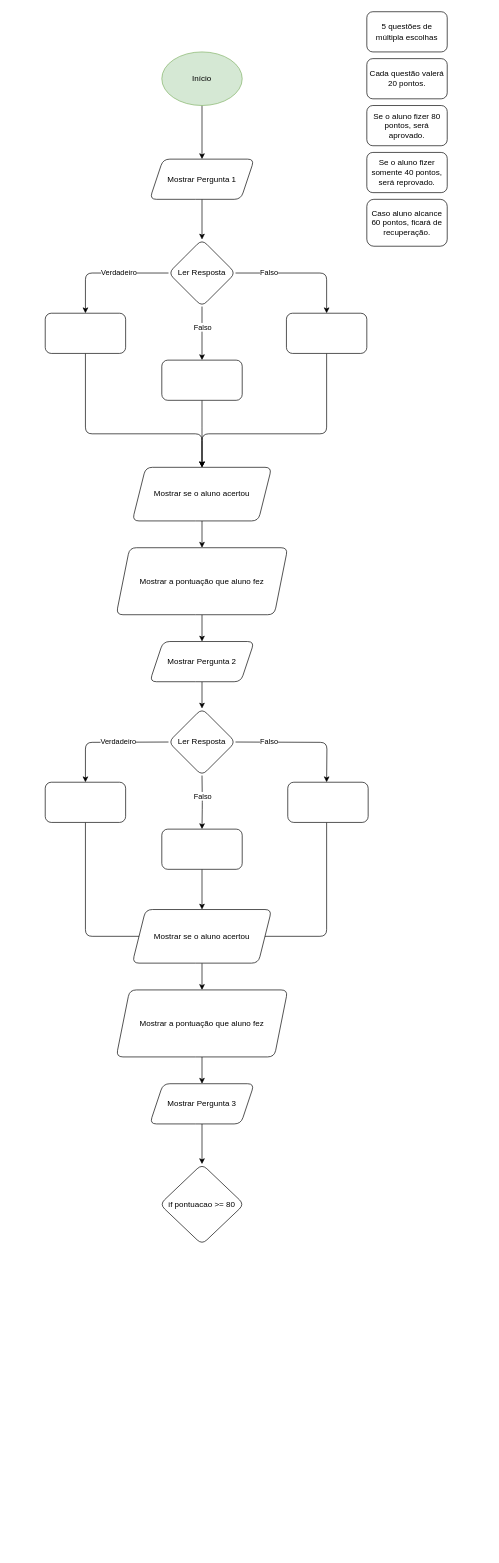
Above: Fluxograma-Quiz-Python.drawio in ferlimatos/ABPJ2-Jogo_Logico (draw.io), before the change. Source tidied: cells renumbered, new cells numbered last; positions are measured from the earlier drawing's top-left corner, leaving out a move shared by most shapes. Both pictures are drawn from the tidied source at 67%, with x=0, y=0 at pixel (45, 11).
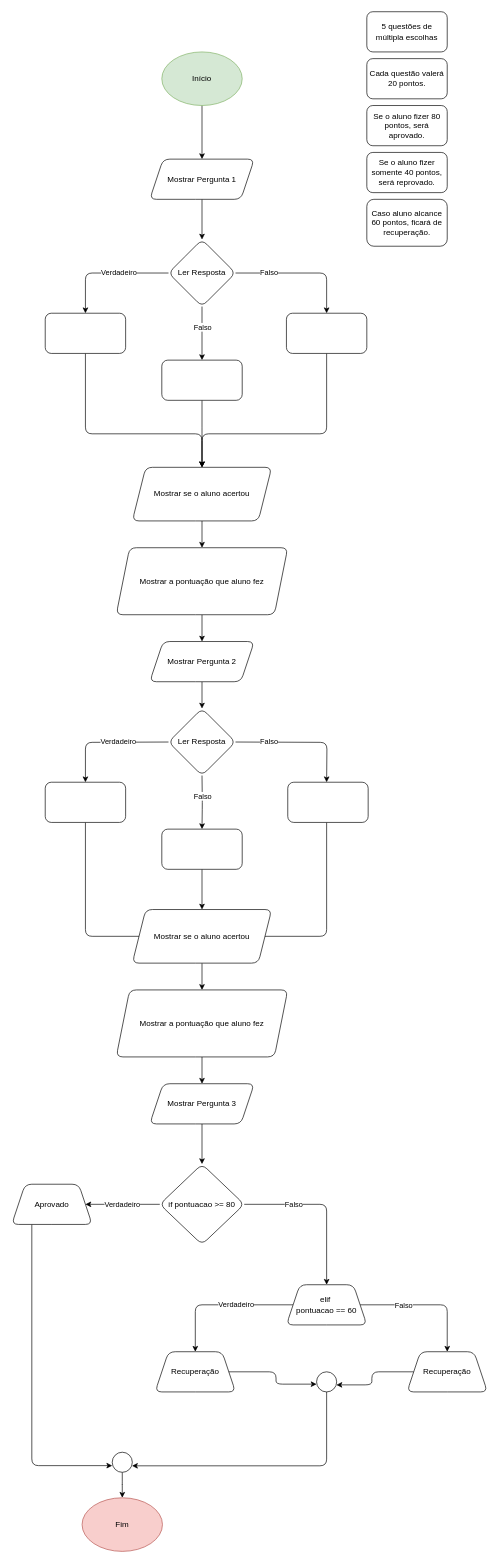
After the change.

The change refers to these unchanged cells:
```xml
<mxCell id="49" value="if pontuacao &amp;gt;= 80" style="rhombus;whiteSpace=wrap;html=1;rounded=1;" parent="1" vertex="1">
  <mxGeometry x="171" y="1720" width="126" height="120" as="geometry" />
</mxCell>
```

What changed in the source:
```diff
@@
+    <mxCell id="50" style="edgeStyle=orthogonalEdgeStyle;rounded=1;jettySize=auto;html=1;" parent="1" edge="1" source="49" target="55">
+      <mxGeometry relative="1" as="geometry" />
+    </mxCell>
+    <mxCell id="51" value="Verdadeiro" style="edgeLabel;html=1;align=center;verticalAlign=middle;rounded=1;" parent="50" vertex="1">
+      <mxGeometry x="0.03" y="-1" relative="1" as="geometry" />
+    </mxCell>
+    <mxCell id="52" style="edgeStyle=orthogonalEdgeStyle;rounded=1;jettySize=auto;html=1;" parent="1" edge="1" source="49" target="60">
+      <mxGeometry relative="1" as="geometry" />
+    </mxCell>
+    <mxCell id="53" value="Falso" style="edgeLabel;html=1;align=center;verticalAlign=middle;rounded=1;" parent="52" vertex="1">
+      <mxGeometry x="-0.12" y="2" relative="1" as="geometry">
+        <mxPoint x="-34" y="2" as="offset" />
+      </mxGeometry>
+    </mxCell>
@@
+    <mxCell id="54" style="edgeStyle=orthogonalEdgeStyle;rounded=1;jettySize=auto;html=1;entryX=0;entryY=0.667;entryDx=0;entryDy=0;entryPerimeter=0;" parent="1" edge="1" source="55" target="67">
+      <mxGeometry relative="1" as="geometry">
+        <Array as="points">
+          <mxPoint x="-20" y="2170" />
+        </Array>
+      </mxGeometry>
+    </mxCell>
+    <mxCell id="55" value="Aprovado" style="shape=trapezoid;perimeter=trapezoidPerimeter;whiteSpace=wrap;html=1;fixedSize=1;rounded=1;" parent="1" vertex="1">
+      <mxGeometry x="-50" y="1750" width="120" height="60" as="geometry" />
+    </mxCell>
+    <mxCell id="56" style="edgeStyle=orthogonalEdgeStyle;rounded=1;jettySize=auto;html=1;" parent="1" edge="1" source="60" target="61">
+      <mxGeometry relative="1" as="geometry" />
+    </mxCell>
+    <mxCell id="57" value="Verdadeiro" style="edgeLabel;html=1;align=center;verticalAlign=middle;rounded=1;" parent="56" vertex="1">
+      <mxGeometry x="-0.13" y="-2" relative="1" as="geometry">
+        <mxPoint x="8" as="offset" />
+      </mxGeometry>
+    </mxCell>
+    <mxCell id="58" style="edgeStyle=orthogonalEdgeStyle;rounded=1;jettySize=auto;html=1;" parent="1" edge="1" source="60" target="63">
+      <mxGeometry relative="1" as="geometry" />
+    </mxCell>
+    <mxCell id="59" value="Falso" style="edgeLabel;html=1;align=center;verticalAlign=middle;rounded=1;" parent="58" vertex="1">
+      <mxGeometry x="-0.36" relative="1" as="geometry" />
+    </mxCell>
+    <mxCell id="60" value="elif&amp;nbsp;&lt;div&gt;pontuacao == 60&lt;/div&gt;" style="shape=trapezoid;perimeter=trapezoidPerimeter;whiteSpace=wrap;html=1;fixedSize=1;rounded=1;" parent="1" vertex="1">
+      <mxGeometry x="360" y="1900" width="120" height="60" as="geometry" />
+    </mxCell>
+    <mxCell id="61" value="Recuperação" style="shape=trapezoid;perimeter=trapezoidPerimeter;whiteSpace=wrap;html=1;fixedSize=1;rounded=1;" parent="1" vertex="1">
+      <mxGeometry x="164" y="2000" width="120" height="60" as="geometry" />
+    </mxCell>
+    <mxCell id="62" style="edgeStyle=orthogonalEdgeStyle;rounded=1;jettySize=auto;html=1;entryX=0.988;entryY=0.65;entryDx=0;entryDy=0;entryPerimeter=0;" parent="1" edge="1" source="63" target="64">
+      <mxGeometry relative="1" as="geometry" />
+    </mxCell>
+    <mxCell id="63" value="Recuperação" style="shape=trapezoid;perimeter=trapezoidPerimeter;whiteSpace=wrap;html=1;fixedSize=1;rounded=1;" parent="1" vertex="1">
+      <mxGeometry x="540" y="2000" width="120" height="60" as="geometry" />
+    </mxCell>
+    <mxCell id="64" style="ellipse;whiteSpace=wrap;html=1;rounded=1;" parent="1" vertex="1">
+      <mxGeometry x="405" y="2030" width="30" height="30" as="geometry" />
+    </mxCell>
+    <mxCell id="65" style="edgeStyle=orthogonalEdgeStyle;rounded=1;jettySize=auto;html=1;entryX=0;entryY=0.613;entryDx=0;entryDy=0;entryPerimeter=0;" parent="1" edge="1" source="61" target="64">
+      <mxGeometry relative="1" as="geometry" />
+    </mxCell>
+    <mxCell id="66" style="edgeStyle=orthogonalEdgeStyle;rounded=1;jettySize=auto;html=1;entryX=0.5;entryY=0;entryDx=0;entryDy=0;" parent="1" edge="1" source="67" target="69">
+      <mxGeometry relative="1" as="geometry" />
+    </mxCell>
+    <mxCell id="67" style="ellipse;whiteSpace=wrap;html=1;rounded=1;" parent="1" vertex="1">
+      <mxGeometry x="100" y="2150" width="30" height="30" as="geometry" />
+    </mxCell>
+    <mxCell id="68" style="edgeStyle=orthogonalEdgeStyle;rounded=1;jettySize=auto;html=1;entryX=0.986;entryY=0.676;entryDx=0;entryDy=0;entryPerimeter=0;" parent="1" edge="1" source="64" target="67">
+      <mxGeometry relative="1" as="geometry">
+        <Array as="points">
+          <mxPoint x="420" y="2170" />
+        </Array>
+      </mxGeometry>
+    </mxCell>
+    <mxCell id="69" value="Fim" style="ellipse;whiteSpace=wrap;html=1;fillColor=#f8cecc;strokeColor=#b85450;rounded=1;" parent="1" vertex="1">
+      <mxGeometry x="55" y="2218" width="120" height="80" as="geometry" />
+    </mxCell>
```
